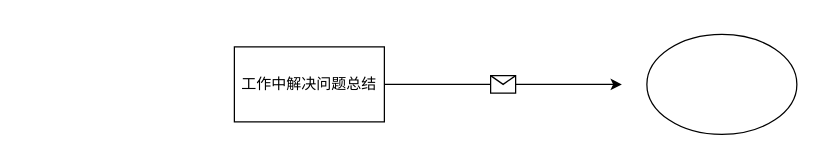
Earlier version of the draw.io diagram 未命名绘图.drawio (springcloud868/draw.io). Source tidied: cells renumbered, new cells numbered last; positions are measured from the earlier drawing's top-left corner, leaving out a move shared by most shapes. Both pictures are drawn from the tidied source at 125%, with x=0, y=0 at pixel (234, 34).
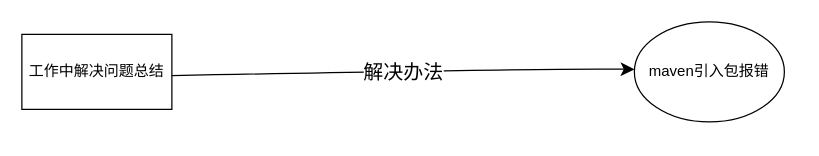
The same page after the edit.

Commit message:
更新未命名绘图.drawio

What changed in the source:
```diff
@@
 <mxGraphModel>
   <root>
     <mxCell id="0" />
     <mxCell id="1" parent="0" />
-    <mxCell id="2" style="ellipse;whiteSpace=wrap;html=1;" parent="1" vertex="1">
-      <mxGeometry x="330" width="120" height="80" as="geometry" />
+    <mxCell id="2" value="maven引入包报错" style="ellipse;whiteSpace=wrap;html=1;" parent="1" vertex="1">
+      <mxGeometry x="320" y="-10" width="120" height="80" as="geometry" />
     </mxCell>
     <mxCell id="3" value="工作中解决问题总结" style="rounded=0;whiteSpace=wrap;html=1;" parent="1" vertex="1">
-      <mxGeometry y="10" width="120" height="60" as="geometry" />
+      <mxGeometry x="-170" width="120" height="60" as="geometry" />
     </mxCell>
-    <mxCell id="4" style="endArrow=classic;html=1;rounded=0;" parent="1" edge="1">
-      <mxGeometry relative="1" as="geometry">
-        <mxPoint x="120" y="40" as="sourcePoint" />
-        <mxPoint x="310" y="40" as="targetPoint" />
-        <Array as="points">
-          <mxPoint x="310" y="40" />
-        </Array>
-      </mxGeometry>
-    </mxCell>
-    <mxCell id="5" style="shape=message;html=1;" parent="4" vertex="1">
-      <mxGeometry width="20" height="14" relative="1" as="geometry">
-        <mxPoint x="-10" y="-7" as="offset" />
-      </mxGeometry>
-    </mxCell>
+    <mxCell id="6" style="endArrow=classic;html=1;rounded=0;fontSize=12;startSize=8;endSize=8;curved=1;" parent="1" edge="1">
+      <mxGeometry relative="1" as="geometry">
+        <mxPoint x="-50" y="33" as="sourcePoint" />
+        <mxPoint x="320" y="28" as="targetPoint" />
+        <Array as="points">
+          <mxPoint x="250" y="27" />
+        </Array>
+      </mxGeometry>
+    </mxCell>
+    <mxCell id="7" value="解决办法" style="edgeLabel;html=1;align=center;verticalAlign=middle;fontSize=16;" parent="6" vertex="1">
+      <mxGeometry relative="1" as="geometry" />
+    </mxCell>
   </root>
 </mxGraphModel>
```
